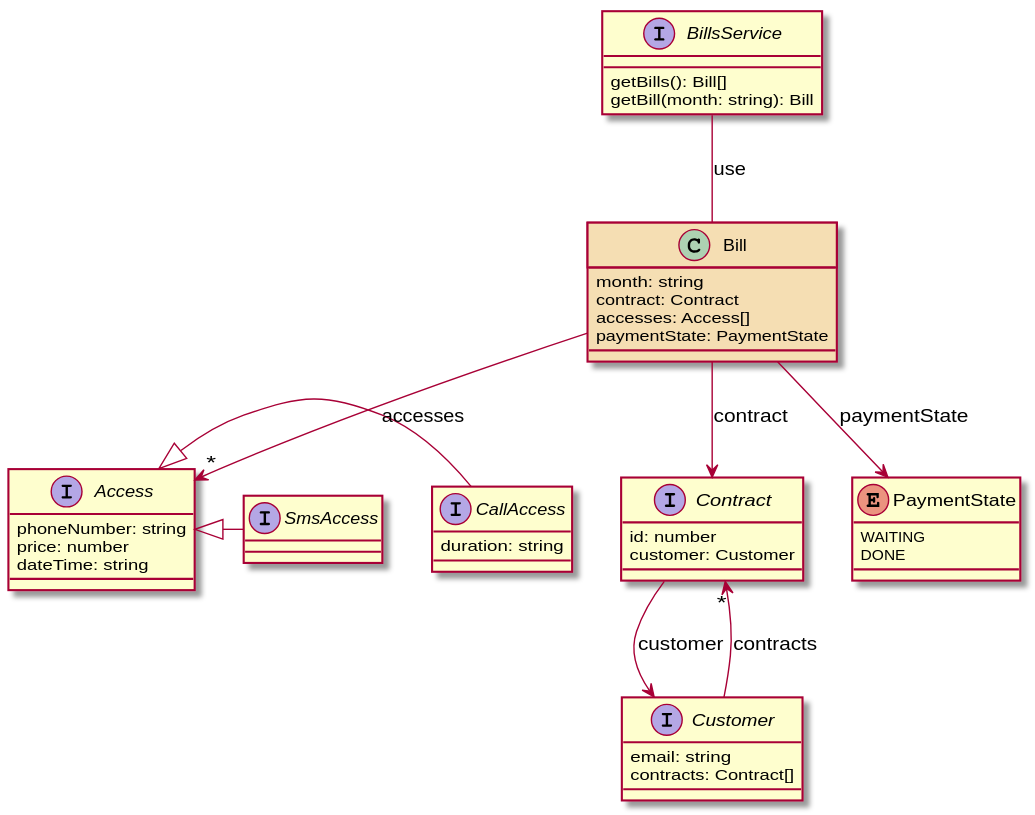
Above: livingdoc-typescript-plugin/docs/diagram.svg in jboz/living-documentation (PlantUML), before the change.
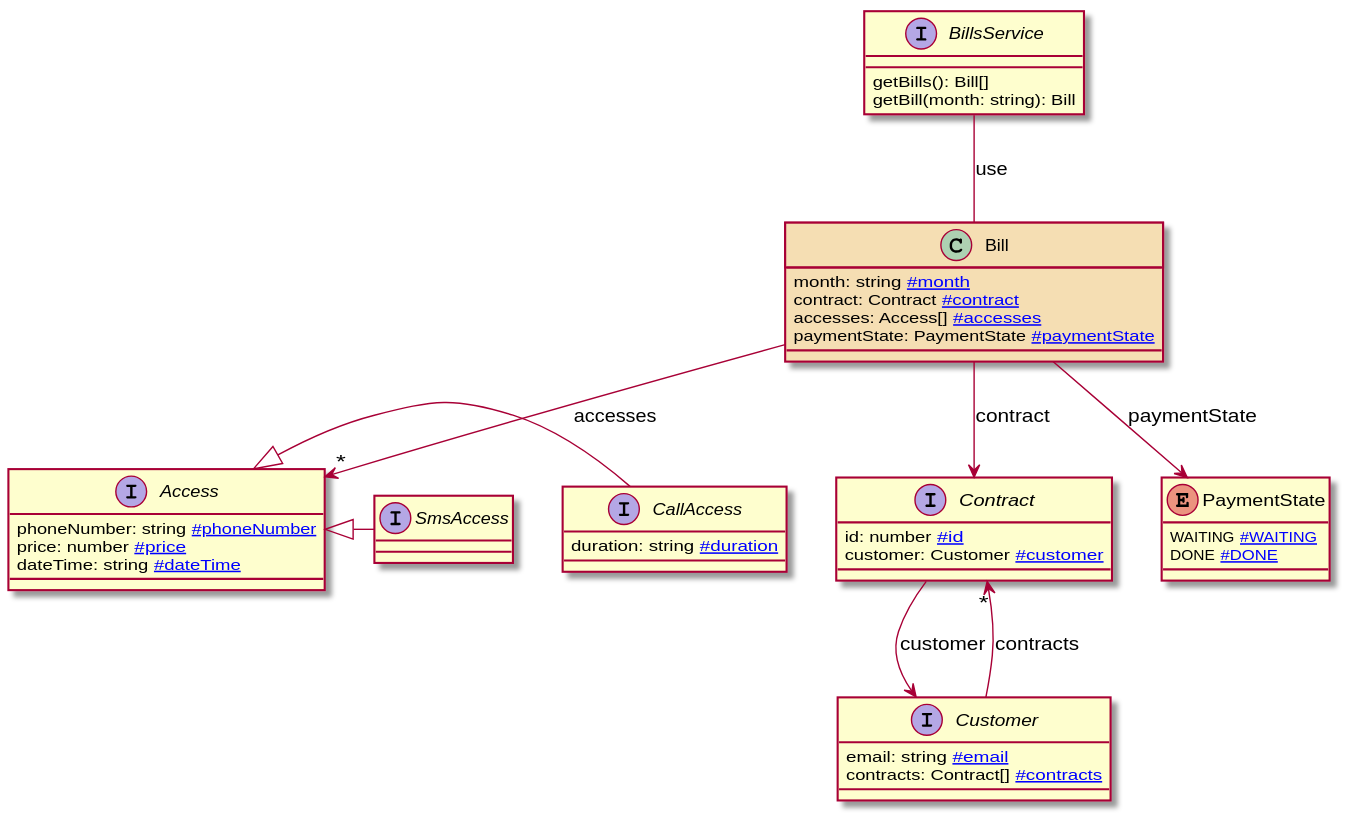
The same file after the commit.

Change to the diagram source:
```diff
@@ -1,42 +1,42 @@
 @startuml
-interface Access {
-  phoneNumber: string
-  price: number
-  dateTime: string
+interface Access [[#Access]] {
+  phoneNumber: string [[#phoneNumber]]
+  price: number [[#price]]
+  dateTime: string [[#dateTime]]
 }
 
-class Bill #wheat {
-  month: string
-  contract: Contract
-  accesses: Access[]
-  paymentState: PaymentState
+class Bill [[#Bill]] #wheat {
+  month: string [[#month]]
+  contract: Contract [[#contract]]
+  accesses: Access[] [[#accesses]]
+  paymentState: PaymentState [[#paymentState]]
 }
 
-interface BillsService {
+interface BillsService [[#BillsService]] {
   getBills(): Bill[]
   getBill(month: string): Bill
 }
 
-interface CallAccess {
-  duration: string
+interface CallAccess [[#CallAccess]] {
+  duration: string [[#duration]]
 }
 
-interface Contract {
-  id: number
-  customer: Customer
+interface Contract [[#Contract]] {
+  id: number [[#id]]
+  customer: Customer [[#customer]]
 }
 
-interface Customer {
-  email: string
-  contracts: Contract[]
+interface Customer [[#Customer]] {
+  email: string [[#email]]
+  contracts: Contract[] [[#contracts]]
 }
 
-enum PaymentState {
-  WAITING
-  DONE
+enum PaymentState [[#PaymentState]] {
+  WAITING [[#WAITING]]
+  DONE [[#DONE]]
 }
 
-interface SmsAccess
+interface SmsAccess [[#SmsAccess]]
 
 Access <|- CallAccess
 Access <|- SmsAccess
```
